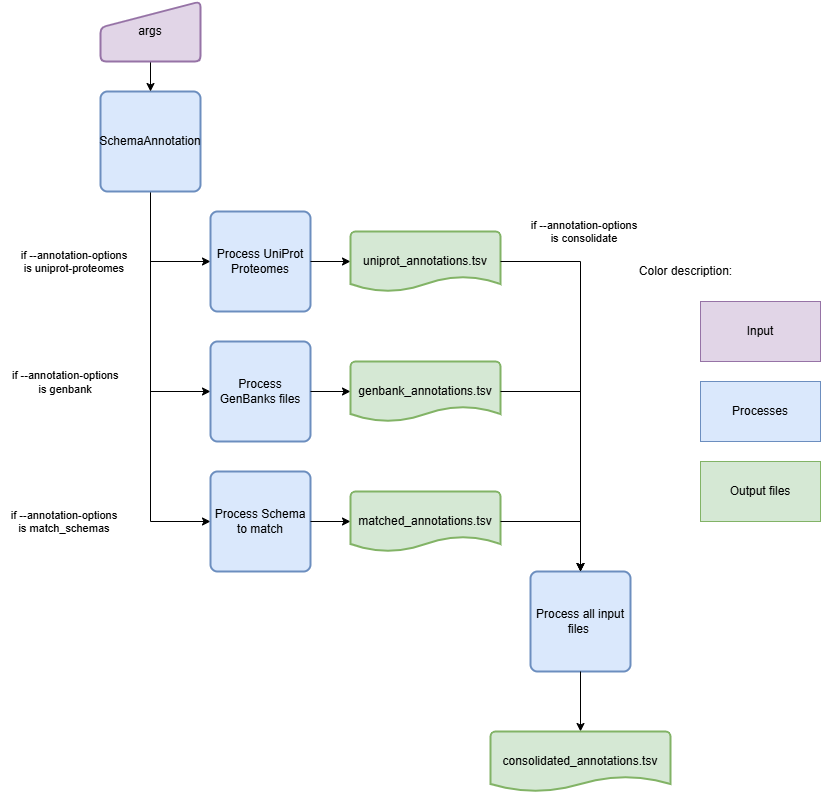
This is SchemaRefinery/docs/SchemaRefinery/Modules/source/SchemaAnnotation.png from B-UMMI/Schema_Refinery, a draw.io export, as it was before one commit. Source tidied: cells renumbered, new cells last; positions are measured from the earlier drawing's top-left corner, leaving out a move shared by most shapes.
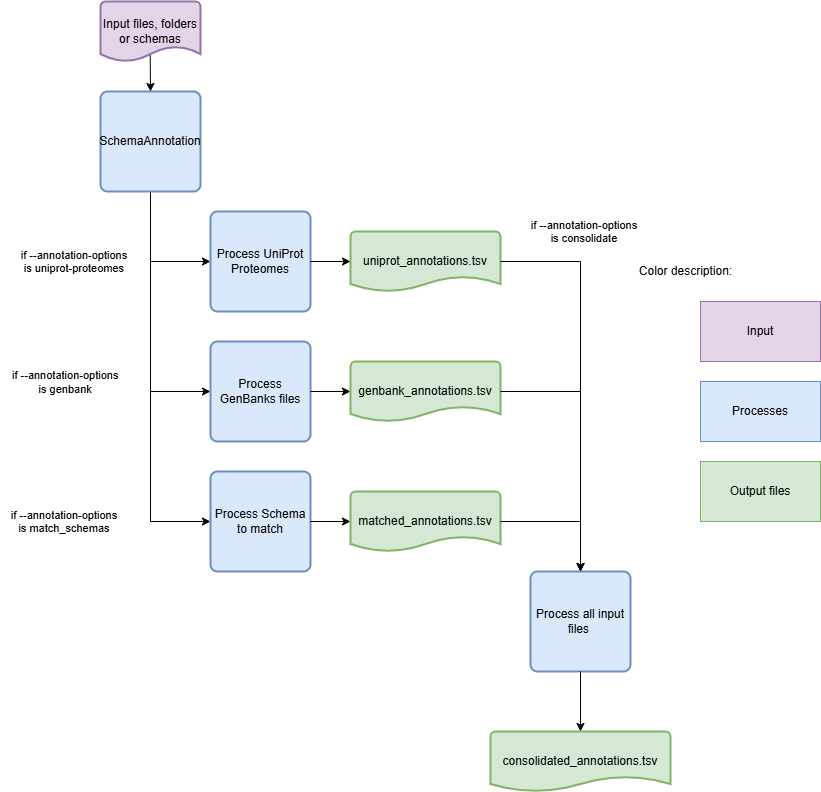
After the commit.

The edit, as a diff of the source:
```diff
@@ -26,12 +26,6 @@
     <mxCell id="5" value="SchemaAnnotation" style="rounded=1;whiteSpace=wrap;html=1;absoluteArcSize=1;arcSize=14;strokeWidth=2;fillColor=#dae8fc;strokeColor=#6c8ebf;" parent="1" vertex="1">
       <mxGeometry x="100" y="90" width="100" height="100" as="geometry" />
     </mxCell>
-    <mxCell id="6" style="edgeStyle=orthogonalEdgeStyle;rounded=0;jettySize=auto;html=1;entryX=0.5;entryY=0;entryDx=0;entryDy=0;" parent="1" edge="1" source="7" target="5">
-      <mxGeometry relative="1" as="geometry" />
-    </mxCell>
-    <mxCell id="7" value="args" style="html=1;strokeWidth=2;shape=manualInput;whiteSpace=wrap;rounded=1;size=26;arcSize=11;fillColor=#e1d5e7;strokeColor=#9673a6;" parent="1" vertex="1">
-      <mxGeometry x="100" width="100" height="60" as="geometry" />
-    </mxCell>
     <mxCell id="8" value="Process UniProt Proteomes" style="rounded=1;whiteSpace=wrap;html=1;absoluteArcSize=1;arcSize=14;strokeWidth=2;fillColor=#dae8fc;strokeColor=#6c8ebf;" parent="1" vertex="1">
       <mxGeometry x="210" y="210" width="100" height="100" as="geometry" />
     </mxCell>
@@ -113,5 +107,11 @@
     <mxCell id="30" value="consolidated_annotations.tsv" style="strokeWidth=2;html=1;shape=mxgraph.flowchart.document2;whiteSpace=wrap;size=0.25;fillColor=#d5e8d4;strokeColor=#82b366;" parent="1" vertex="1">
       <mxGeometry x="490" y="730" width="180" height="60" as="geometry" />
     </mxCell>
+    <mxCell id="31" style="edgeStyle=orthogonalEdgeStyle;rounded=0;jettySize=auto;html=1;entryX=0.5;entryY=0;entryDx=0;entryDy=0;exitX=0.497;exitY=0.872;exitDx=0;exitDy=0;exitPerimeter=0;" parent="1" edge="1" source="32" target="5">
+      <mxGeometry relative="1" as="geometry" />
+    </mxCell>
+    <mxCell id="32" value="Input files, folders or schemas" style="strokeWidth=2;html=1;shape=mxgraph.flowchart.document2;whiteSpace=wrap;size=0.25;strokeColor=#9673A6;fillColor=#E1D5E7;" parent="1" vertex="1">
+      <mxGeometry x="100" width="100" height="60" as="geometry" />
+    </mxCell>
   </root>
 </mxGraphModel>
```
